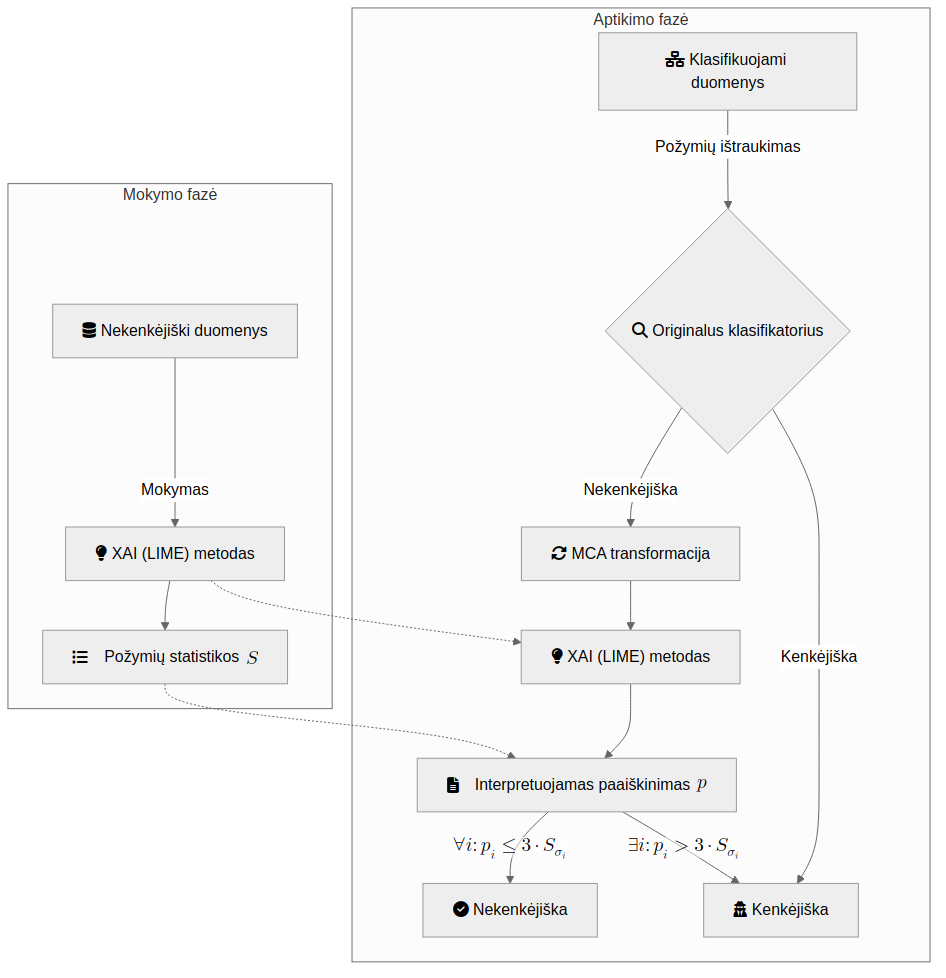
The Mermaid diagram images/original.png in onlyidev/bachelor.thesis, before a commit. Its source is kept beside it as diagrams/original.mmd.
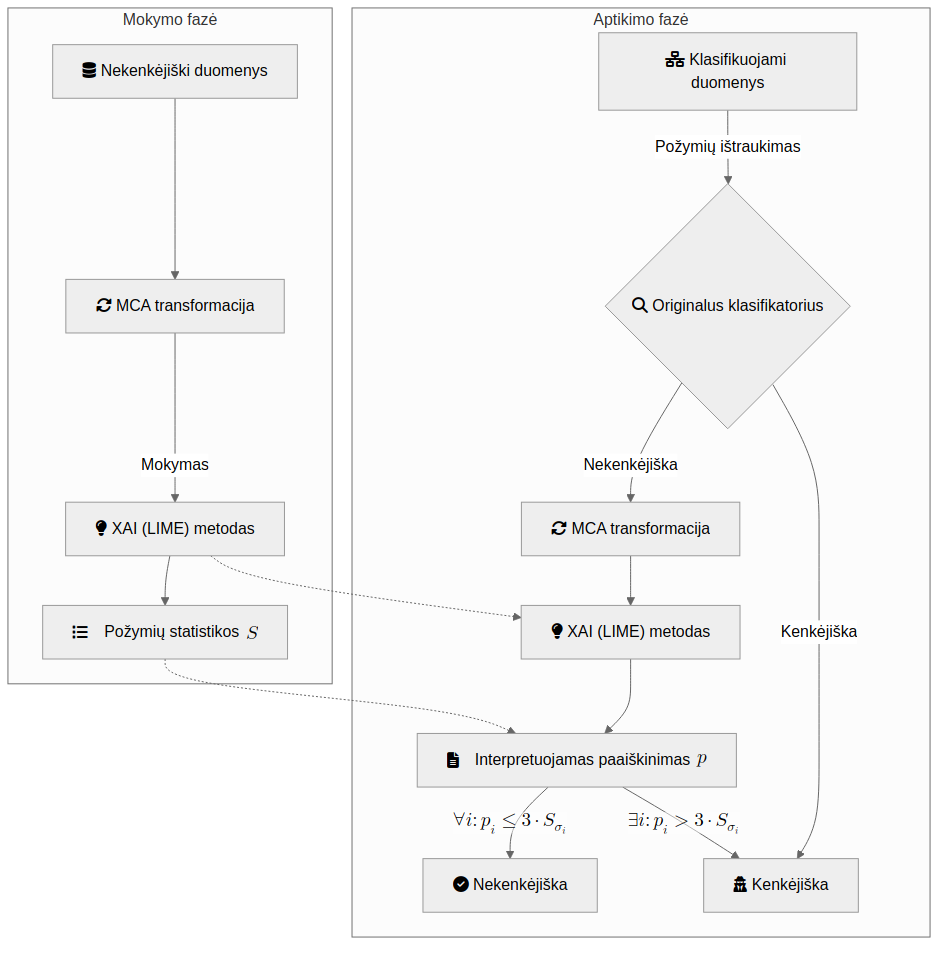
After the commit.

Commit message:
fix(diagram): Update original method learning faze

The edit, as a diff of the source:
```diff
@@ -1,6 +1,6 @@
 graph TD
     subgraph Mokymo fazė
-        A[<i class='fa fa-database'></i> Nekenkėjiški duomenys] -- Mokymas --> C["<i class='fa fa-lightbulb'></i> XAI (LIME) metodas"];
+        A[<i class='fa fa-database'></i> Nekenkėjiški duomenys] --> MCA1[" <i class='fa fa-rotate'></i> MCA transformacija"] -- Mokymas --> C["<i class='fa fa-lightbulb'></i> XAI (LIME) metodas"];
         C --> D["<i style='margin-right: 1rem' class='fa fa-list'></i> Požymių statistikos $$\;S$$"];
     end
 
```
